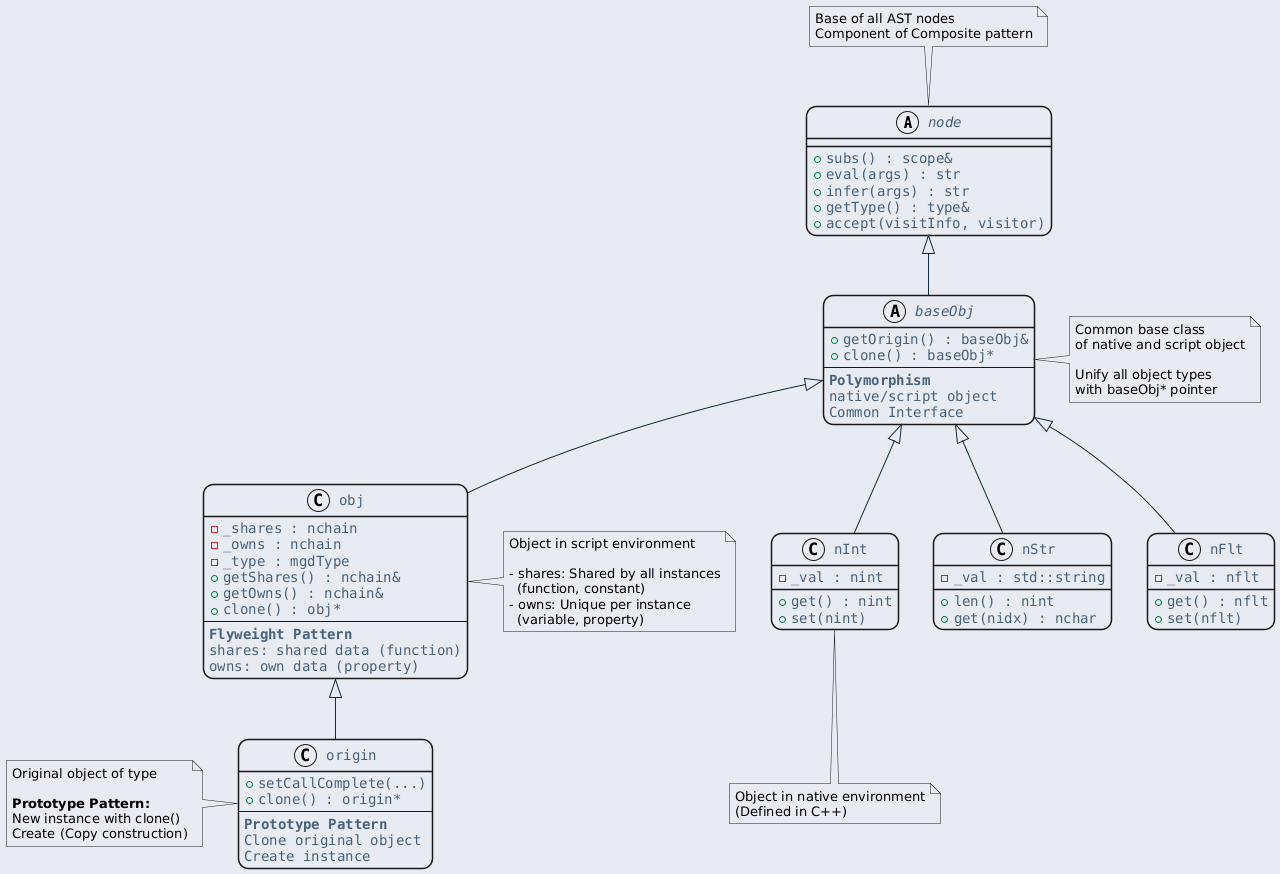
Before: ref/generated/ko/inline_umlgraph_21.png, a diagram exported from PlantUML (byeolang/website).
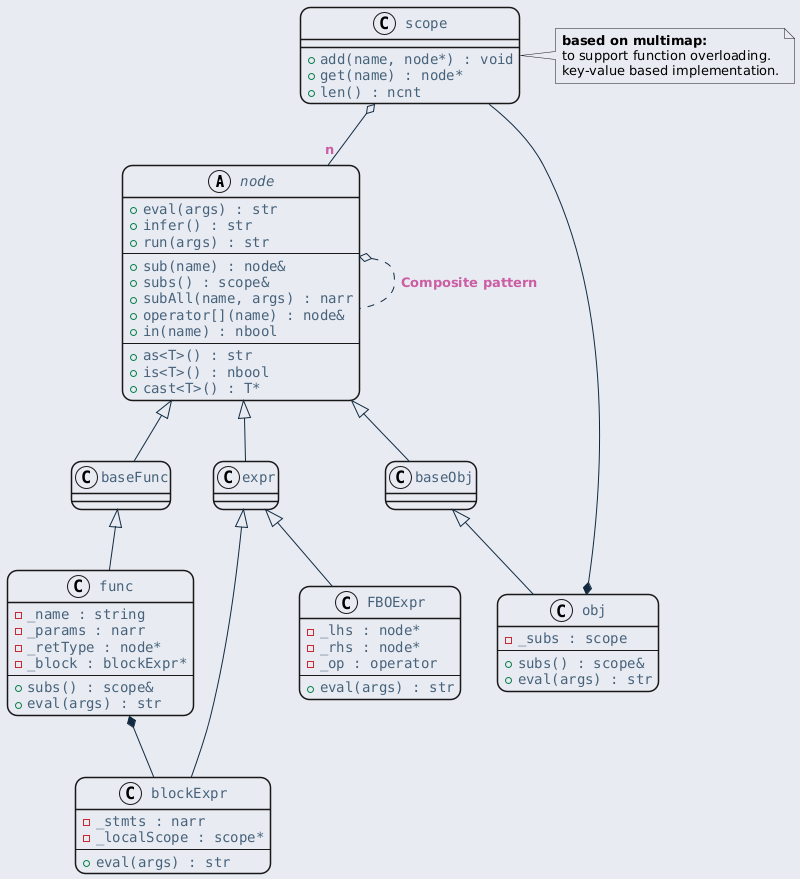
Above is the later version.

The edit, as a diff of the source:
```diff
@@ -23,103 +23,81 @@
     }
 }
 </style>
-abstract class node {
+abstract class "node" as node {
+    + eval(args) : str
+    + infer() : str
+    + run(args) : str
+    ---
+    + sub(name) : node&
+    + subs() : scope&
+    + subAll(name, args) : narr
+    + operator[](name) : node&
+    + in(name) : nbool
+    ---
+    + as<T>() : str
+    + is<T>() : nbool
+    + cast<T>() : T*
+}
+
+class "func" as func {
+    - _name : string
+    - _params : narr
+    - _retType : node*
+    - _block : blockExpr*
+    ---
     + subs() : scope&
     + eval(args) : str
-    + infer(args) : str
-    + getType() : type&
-    + accept(visitInfo, visitor)
 }
 
-abstract class baseObj {
-    + getOrigin() : baseObj&
-    + clone() : baseObj*
-    --
-    <b>Polymorphism</b>
-    native/script object
-    Common Interface
+class "blockExpr" as blockExpr {
+    - _stmts : narr
+    - _localScope : scope*
+    ---
+    + eval(args) : str
 }
 
-class obj {
-    - _shares : nchain
-    - _owns : nchain
-    - _type : mgdType
-    + getShares() : nchain&
-    + getOwns() : nchain&
-    + clone() : obj*
-    --
-    <b>Flyweight Pattern</b>
-    shares: shared data (function)
-    owns: own data (property)
+class expr {}
+
+class "FBOExpr" as FBOExpr {
+    - _lhs : node*
+    - _rhs : node*
+    - _op : operator
+    ---
+    + eval(args) : str
 }
 
-class origin {
-    + setCallComplete(...)
-    + clone() : origin*
-    --
-    <b>Prototype Pattern</b>
-    Clone original object
-    Create instance
+class baseObj {}
+
+class "obj" as obj {
+    - _subs : scope
+    ---
+    + subs() : scope&
+    + eval(args) : str
 }
 
-class nInt {
-    - _val : nint
-    + get() : nint
-    + set(nint)
+class "scope" as scope {
+    + add(name, node*) : void
+    + get(name) : node*
+    + len() : ncnt
 }
 
-class nStr {
-    - _val : std::string
-    + len() : nint
-    + get(nidx) : nchar
-}
-
-class nFlt {
-    - _val : nflt
-    + get() : nflt
-    + set(nflt)
-}
-
-note top of node
-  Base of all AST nodes
-  Component of Composite pattern
+note right of scope
+  <b>based on multimap:</b>
+  to support function overloading.
+  key-value based implementation.
 end note
 
-note right of baseObj
-  Common base class
-  of native and script object
-
-  Unify all object types
-  with baseObj* pointer
-end note
-
-note right of obj
-  Object in script environment
-
-  - shares: Shared by all instances
-    (function, constant)
-  - owns: Unique per instance
-    (variable, property)
-end note
-
-note left of origin
-  Original object of type
-
-  <b>Prototype Pattern:</b>
-  New instance with clone()
-  Create (Copy construction)
-end note
-
+node <|-- baseFunc
+baseFunc <|-- func
+expr <|-- blockExpr
+node <|-- expr
+expr <|-- FBOExpr
 node <|-- baseObj
 baseObj <|-- obj
-obj <|-- origin
 
-baseObj <|-- nInt
-baseObj <|-- nStr
-baseObj <|-- nFlt
+node o.. node: Composite pattern
 
-note bottom of nInt
-  Object in native environment
-  (Defined in C++)
-end note
+func *-- blockExpr
+obj *-- scope
+scope o-- "n" node
 @enduml
```
